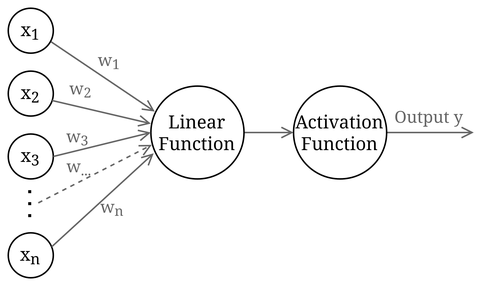
Above: docs/material/figures/Neuron.drawio.png in Webahh/embedded_signlanguage_translator (draw.io), before the change. Source tidied: cells renumbered, new cells last; positions are measured from the earlier drawing's top-left corner, leaving out a move shared by most shapes. Source of this version:
```xml
<mxGraphModel>
  <root>
    <mxCell id="0" />
    <mxCell id="1" parent="0" />
    <mxCell id="2" style="edgeStyle=orthogonalEdgeStyle;rounded=0;jettySize=auto;html=1;entryX=0;entryY=0.5;entryDx=0;entryDy=0;endArrow=open;endFill=0;strokeColor=#666666;" parent="1" edge="1" source="3" target="21">
      <mxGeometry relative="1" as="geometry" />
    </mxCell>
    <mxCell id="3" value="&lt;div&gt;Linear&lt;/div&gt;&lt;div&gt;Function&lt;/div&gt;" style="ellipse;whiteSpace=wrap;html=1;" parent="1" vertex="1">
      <mxGeometry x="95" y="52" width="62" height="62" as="geometry" />
    </mxCell>
    <mxCell id="4" value="x&lt;sub&gt;1&lt;/sub&gt;" style="ellipse;whiteSpace=wrap;html=1;" parent="1" vertex="1">
      <mxGeometry width="30" height="30" as="geometry" />
    </mxCell>
    <mxCell id="5" value="x&lt;sub&gt;2&lt;/sub&gt;" style="ellipse;whiteSpace=wrap;html=1;" parent="1" vertex="1">
      <mxGeometry y="42" width="30" height="30" as="geometry" />
    </mxCell>
    <mxCell id="6" value="x&lt;sub&gt;3&lt;/sub&gt;" style="ellipse;whiteSpace=wrap;html=1;" parent="1" vertex="1">
      <mxGeometry y="84" width="30" height="30" as="geometry" />
    </mxCell>
    <mxCell id="7" value="x&lt;sub&gt;n&lt;/sub&gt;" style="ellipse;whiteSpace=wrap;html=1;" parent="1" vertex="1">
      <mxGeometry y="150" width="30" height="30" as="geometry" />
    </mxCell>
    <mxCell id="8" style="endArrow=none;dashed=1;html=1;dashPattern=1 3;strokeWidth=2;rounded=0;" parent="1" edge="1">
      <mxGeometry relative="1" as="geometry">
        <mxPoint x="14.8" y="140" as="sourcePoint" />
        <mxPoint x="14.8" y="120" as="targetPoint" />
      </mxGeometry>
    </mxCell>
    <mxCell id="9" style="endArrow=open;html=1;rounded=0;exitX=0.954;exitY=0.749;exitDx=0;exitDy=0;entryX=0.041;entryY=0.274;entryDx=0;entryDy=0;endFill=0;strokeWidth=1;fontColor=#000000;fontStyle=0;strokeColor=#666666;exitPerimeter=0;entryPerimeter=0;" parent="1" edge="1" source="4" target="3">
      <mxGeometry relative="1" as="geometry" />
    </mxCell>
    <mxCell id="10" value="w&lt;sub&gt;1&lt;/sub&gt;" style="edgeLabel;html=1;align=center;verticalAlign=middle;fontColor=#666666;labelBackgroundColor=none;" parent="9" vertex="1">
      <mxGeometry x="0.09" y="1" relative="1" as="geometry">
        <mxPoint y="-12" as="offset" />
      </mxGeometry>
    </mxCell>
    <mxCell id="11" style="endArrow=open;html=1;rounded=0;exitX=0.973;exitY=0.654;exitDx=0;exitDy=0;endFill=0;strokeWidth=1;fontColor=#000000;fontStyle=0;strokeColor=#666666;entryX=-0.001;entryY=0.404;entryDx=0;entryDy=0;entryPerimeter=0;exitPerimeter=0;" parent="1" edge="1" source="5" target="3">
      <mxGeometry relative="1" as="geometry" />
    </mxCell>
    <mxCell id="12" value="w&lt;sub&gt;2&lt;/sub&gt;" style="edgeLabel;html=1;align=center;verticalAlign=middle;fontColor=#666666;labelBackgroundColor=none;" parent="11" vertex="1">
      <mxGeometry x="-0.1" relative="1" as="geometry">
        <mxPoint x="-11" y="-15" as="offset" />
      </mxGeometry>
    </mxCell>
    <mxCell id="13" style="endArrow=open;html=1;rounded=0;exitX=1;exitY=0.5;exitDx=0;exitDy=0;endFill=0;strokeWidth=1;fontColor=#000000;fontStyle=0;strokeColor=#666666;entryX=0;entryY=0.5;entryDx=0;entryDy=0;" parent="1" edge="1" source="6" target="3">
      <mxGeometry relative="1" as="geometry" />
    </mxCell>
    <mxCell id="14" value="&lt;span style=&quot;color: rgb(102, 102, 102);&quot;&gt;w&lt;sub&gt;3&lt;/sub&gt;&lt;/span&gt;" style="edgeLabel;html=1;align=center;verticalAlign=middle;labelBackgroundColor=none;" parent="13" vertex="1">
      <mxGeometry x="-0.5" relative="1" as="geometry">
        <mxPoint y="-9" as="offset" />
      </mxGeometry>
    </mxCell>
    <mxCell id="15" style="endArrow=open;html=1;rounded=0;exitX=0.963;exitY=0.312;exitDx=0;exitDy=0;entryX=0.03;entryY=0.724;entryDx=0;entryDy=0;endFill=0;strokeWidth=1;fontColor=#000000;fontStyle=0;strokeColor=#666666;exitPerimeter=0;entryPerimeter=0;" parent="1" edge="1" source="7" target="3">
      <mxGeometry relative="1" as="geometry" />
    </mxCell>
    <mxCell id="16" value="&lt;span style=&quot;color: rgb(102, 102, 102);&quot;&gt;w&lt;sub&gt;n&lt;/sub&gt;&lt;/span&gt;" style="edgeLabel;html=1;align=center;verticalAlign=middle;labelBackgroundColor=none;" parent="15" vertex="1">
      <mxGeometry x="-0.44" y="1" relative="1" as="geometry">
        <mxPoint x="21" y="-8" as="offset" />
      </mxGeometry>
    </mxCell>
    <mxCell id="17" style="endArrow=open;html=1;rounded=0;entryX=0.009;entryY=0.633;entryDx=0;entryDy=0;endFill=0;strokeWidth=1;fontColor=#000000;fontStyle=0;strokeColor=#666666;entryPerimeter=0;dashed=1;" parent="1" edge="1" target="3">
      <mxGeometry relative="1" as="geometry">
        <mxPoint x="20" y="130" as="sourcePoint" />
      </mxGeometry>
    </mxCell>
    <mxCell id="18" value="&lt;span style=&quot;color: rgb(102, 102, 102);&quot;&gt;w&lt;sub&gt;...&lt;/sub&gt;&lt;/span&gt;" style="edgeLabel;html=1;align=center;verticalAlign=middle;labelBackgroundColor=none;" parent="17" vertex="1">
      <mxGeometry x="-0.29" y="-1" relative="1" as="geometry">
        <mxPoint y="-11" as="offset" />
      </mxGeometry>
    </mxCell>
    <mxCell id="19" style="edgeStyle=orthogonalEdgeStyle;rounded=0;jettySize=auto;html=1;endArrow=open;endFill=0;strokeColor=#666666;" parent="1" edge="1" source="21">
      <mxGeometry relative="1" as="geometry">
        <mxPoint x="310" y="83" as="targetPoint" />
      </mxGeometry>
    </mxCell>
    <mxCell id="20" value="Output y" style="edgeLabel;html=1;align=center;verticalAlign=middle;fontColor=#666666;" parent="19" vertex="1">
      <mxGeometry x="-0.29" y="-1" relative="1" as="geometry">
        <mxPoint x="7" y="-12" as="offset" />
      </mxGeometry>
    </mxCell>
    <mxCell id="21" value="&lt;div&gt;Activation&lt;/div&gt;&lt;div&gt;Function&lt;/div&gt;" style="ellipse;whiteSpace=wrap;html=1;" parent="1" vertex="1">
      <mxGeometry x="190" y="52" width="62" height="62" as="geometry" />
    </mxCell>
  </root>
</mxGraphModel>
```
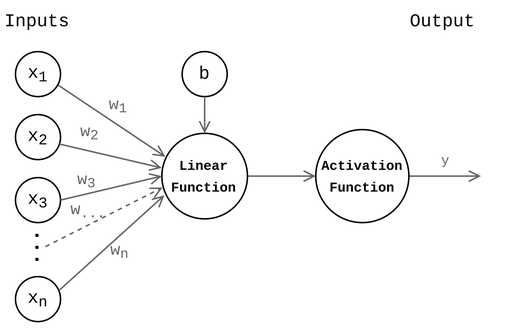
After the commit.

The edit, as a diff of the source:
```diff
@@ -2,84 +2,96 @@
   <root>
     <mxCell id="0" />
     <mxCell id="1" parent="0" />
-    <mxCell id="2" style="edgeStyle=orthogonalEdgeStyle;rounded=0;jettySize=auto;html=1;entryX=0;entryY=0.5;entryDx=0;entryDy=0;endArrow=open;endFill=0;strokeColor=#666666;" parent="1" edge="1" source="3" target="21">
+    <mxCell id="2" style="edgeStyle=orthogonalEdgeStyle;rounded=0;jettySize=auto;html=1;entryX=0;entryY=0.5;entryDx=0;entryDy=0;endArrow=open;endFill=0;strokeColor=#666666;fontFamily=Courier New;" parent="1" edge="1" source="3" target="21">
       <mxGeometry relative="1" as="geometry" />
     </mxCell>
-    <mxCell id="3" value="&lt;div&gt;Linear&lt;/div&gt;&lt;div&gt;Function&lt;/div&gt;" style="ellipse;whiteSpace=wrap;html=1;" parent="1" vertex="1">
-      <mxGeometry x="95" y="52" width="62" height="62" as="geometry" />
+    <mxCell id="3" value="&lt;div&gt;&lt;b&gt;&lt;font style=&quot;font-size: 9px;&quot;&gt;Linear&lt;/font&gt;&lt;/b&gt;&lt;/div&gt;&lt;div&gt;&lt;b&gt;&lt;font style=&quot;font-size: 9px;&quot;&gt;Function&lt;/font&gt;&lt;/b&gt;&lt;/div&gt;" style="ellipse;whiteSpace=wrap;html=1;fontFamily=Courier New;" parent="1" vertex="1">
+      <mxGeometry x="97.5" y="54.5" width="57" height="57" as="geometry" />
     </mxCell>
-    <mxCell id="4" value="x&lt;sub&gt;1&lt;/sub&gt;" style="ellipse;whiteSpace=wrap;html=1;" parent="1" vertex="1">
+    <mxCell id="4" value="x&lt;sub&gt;1&lt;/sub&gt;" style="ellipse;whiteSpace=wrap;html=1;fontFamily=Courier New;" parent="1" vertex="1">
       <mxGeometry width="30" height="30" as="geometry" />
     </mxCell>
-    <mxCell id="5" value="x&lt;sub&gt;2&lt;/sub&gt;" style="ellipse;whiteSpace=wrap;html=1;" parent="1" vertex="1">
+    <mxCell id="5" value="x&lt;sub&gt;2&lt;/sub&gt;" style="ellipse;whiteSpace=wrap;html=1;fontFamily=Courier New;" parent="1" vertex="1">
       <mxGeometry y="42" width="30" height="30" as="geometry" />
     </mxCell>
-    <mxCell id="6" value="x&lt;sub&gt;3&lt;/sub&gt;" style="ellipse;whiteSpace=wrap;html=1;" parent="1" vertex="1">
+    <mxCell id="6" value="x&lt;sub&gt;3&lt;/sub&gt;" style="ellipse;whiteSpace=wrap;html=1;fontFamily=Courier New;" parent="1" vertex="1">
       <mxGeometry y="84" width="30" height="30" as="geometry" />
     </mxCell>
-    <mxCell id="7" value="x&lt;sub&gt;n&lt;/sub&gt;" style="ellipse;whiteSpace=wrap;html=1;" parent="1" vertex="1">
+    <mxCell id="7" value="x&lt;sub&gt;n&lt;/sub&gt;" style="ellipse;whiteSpace=wrap;html=1;fontFamily=Courier New;" parent="1" vertex="1">
       <mxGeometry y="150" width="30" height="30" as="geometry" />
     </mxCell>
-    <mxCell id="8" style="endArrow=none;dashed=1;html=1;dashPattern=1 3;strokeWidth=2;rounded=0;" parent="1" edge="1">
+    <mxCell id="8" style="endArrow=none;dashed=1;html=1;dashPattern=1 3;strokeWidth=2;rounded=0;fontFamily=Courier New;" parent="1" edge="1">
       <mxGeometry relative="1" as="geometry">
         <mxPoint x="14.8" y="140" as="sourcePoint" />
         <mxPoint x="14.8" y="120" as="targetPoint" />
       </mxGeometry>
     </mxCell>
-    <mxCell id="9" style="endArrow=open;html=1;rounded=0;exitX=0.954;exitY=0.749;exitDx=0;exitDy=0;entryX=0.041;entryY=0.274;entryDx=0;entryDy=0;endFill=0;strokeWidth=1;fontColor=#000000;fontStyle=0;strokeColor=#666666;exitPerimeter=0;entryPerimeter=0;" parent="1" edge="1" source="4" target="3">
+    <mxCell id="9" style="endArrow=open;html=1;rounded=0;exitX=0.954;exitY=0.749;exitDx=0;exitDy=0;entryX=0.041;entryY=0.274;entryDx=0;entryDy=0;endFill=0;strokeWidth=1;fontColor=#000000;fontStyle=0;strokeColor=#666666;exitPerimeter=0;entryPerimeter=0;fontFamily=Courier New;" parent="1" edge="1" source="4" target="3">
       <mxGeometry relative="1" as="geometry" />
     </mxCell>
-    <mxCell id="10" value="w&lt;sub&gt;1&lt;/sub&gt;" style="edgeLabel;html=1;align=center;verticalAlign=middle;fontColor=#666666;labelBackgroundColor=none;" parent="9" vertex="1">
+    <mxCell id="10" value="w&lt;sub&gt;1&lt;/sub&gt;" style="edgeLabel;html=1;align=center;verticalAlign=middle;fontColor=#666666;labelBackgroundColor=none;fontFamily=Courier New;" parent="9" vertex="1">
       <mxGeometry x="0.09" y="1" relative="1" as="geometry">
         <mxPoint y="-12" as="offset" />
       </mxGeometry>
     </mxCell>
-    <mxCell id="11" style="endArrow=open;html=1;rounded=0;exitX=0.973;exitY=0.654;exitDx=0;exitDy=0;endFill=0;strokeWidth=1;fontColor=#000000;fontStyle=0;strokeColor=#666666;entryX=-0.001;entryY=0.404;entryDx=0;entryDy=0;entryPerimeter=0;exitPerimeter=0;" parent="1" edge="1" source="5" target="3">
+    <mxCell id="11" style="endArrow=open;html=1;rounded=0;exitX=0.973;exitY=0.654;exitDx=0;exitDy=0;endFill=0;strokeWidth=1;fontColor=#000000;fontStyle=0;strokeColor=#666666;entryX=-0.001;entryY=0.404;entryDx=0;entryDy=0;entryPerimeter=0;exitPerimeter=0;fontFamily=Courier New;" parent="1" edge="1" source="5" target="3">
       <mxGeometry relative="1" as="geometry" />
     </mxCell>
-    <mxCell id="12" value="w&lt;sub&gt;2&lt;/sub&gt;" style="edgeLabel;html=1;align=center;verticalAlign=middle;fontColor=#666666;labelBackgroundColor=none;" parent="11" vertex="1">
+    <mxCell id="12" value="w&lt;sub&gt;2&lt;/sub&gt;" style="edgeLabel;html=1;align=center;verticalAlign=middle;fontColor=#666666;labelBackgroundColor=none;fontFamily=Courier New;" parent="11" vertex="1">
       <mxGeometry x="-0.1" relative="1" as="geometry">
         <mxPoint x="-11" y="-15" as="offset" />
       </mxGeometry>
     </mxCell>
-    <mxCell id="13" style="endArrow=open;html=1;rounded=0;exitX=1;exitY=0.5;exitDx=0;exitDy=0;endFill=0;strokeWidth=1;fontColor=#000000;fontStyle=0;strokeColor=#666666;entryX=0;entryY=0.5;entryDx=0;entryDy=0;" parent="1" edge="1" source="6" target="3">
+    <mxCell id="13" style="endArrow=open;html=1;rounded=0;exitX=1;exitY=0.5;exitDx=0;exitDy=0;endFill=0;strokeWidth=1;fontColor=#000000;fontStyle=0;strokeColor=#666666;entryX=0;entryY=0.5;entryDx=0;entryDy=0;fontFamily=Courier New;" parent="1" edge="1" source="6" target="3">
       <mxGeometry relative="1" as="geometry" />
     </mxCell>
-    <mxCell id="14" value="&lt;span style=&quot;color: rgb(102, 102, 102);&quot;&gt;w&lt;sub&gt;3&lt;/sub&gt;&lt;/span&gt;" style="edgeLabel;html=1;align=center;verticalAlign=middle;labelBackgroundColor=none;" parent="13" vertex="1">
+    <mxCell id="14" value="&lt;span style=&quot;color: rgb(102, 102, 102);&quot;&gt;w&lt;sub&gt;3&lt;/sub&gt;&lt;/span&gt;" style="edgeLabel;html=1;align=center;verticalAlign=middle;labelBackgroundColor=none;fontFamily=Courier New;" parent="13" vertex="1">
       <mxGeometry x="-0.5" relative="1" as="geometry">
         <mxPoint y="-9" as="offset" />
       </mxGeometry>
     </mxCell>
-    <mxCell id="15" style="endArrow=open;html=1;rounded=0;exitX=0.963;exitY=0.312;exitDx=0;exitDy=0;entryX=0.03;entryY=0.724;entryDx=0;entryDy=0;endFill=0;strokeWidth=1;fontColor=#000000;fontStyle=0;strokeColor=#666666;exitPerimeter=0;entryPerimeter=0;" parent="1" edge="1" source="7" target="3">
+    <mxCell id="15" style="endArrow=open;html=1;rounded=0;exitX=0.963;exitY=0.312;exitDx=0;exitDy=0;entryX=0.03;entryY=0.724;entryDx=0;entryDy=0;endFill=0;strokeWidth=1;fontColor=#000000;fontStyle=0;strokeColor=#666666;exitPerimeter=0;entryPerimeter=0;fontFamily=Courier New;" parent="1" edge="1" source="7" target="3">
       <mxGeometry relative="1" as="geometry" />
     </mxCell>
-    <mxCell id="16" value="&lt;span style=&quot;color: rgb(102, 102, 102);&quot;&gt;w&lt;sub&gt;n&lt;/sub&gt;&lt;/span&gt;" style="edgeLabel;html=1;align=center;verticalAlign=middle;labelBackgroundColor=none;" parent="15" vertex="1">
+    <mxCell id="16" value="&lt;span style=&quot;color: rgb(102, 102, 102);&quot;&gt;w&lt;sub&gt;n&lt;/sub&gt;&lt;/span&gt;" style="edgeLabel;html=1;align=center;verticalAlign=middle;labelBackgroundColor=none;fontFamily=Courier New;" parent="15" vertex="1">
       <mxGeometry x="-0.44" y="1" relative="1" as="geometry">
         <mxPoint x="21" y="-8" as="offset" />
       </mxGeometry>
     </mxCell>
-    <mxCell id="17" style="endArrow=open;html=1;rounded=0;entryX=0.009;entryY=0.633;entryDx=0;entryDy=0;endFill=0;strokeWidth=1;fontColor=#000000;fontStyle=0;strokeColor=#666666;entryPerimeter=0;dashed=1;" parent="1" edge="1" target="3">
+    <mxCell id="17" style="endArrow=open;html=1;rounded=0;entryX=0.009;entryY=0.633;entryDx=0;entryDy=0;endFill=0;strokeWidth=1;fontColor=#000000;fontStyle=0;strokeColor=#666666;entryPerimeter=0;dashed=1;fontFamily=Courier New;" parent="1" edge="1" target="3">
       <mxGeometry relative="1" as="geometry">
         <mxPoint x="20" y="130" as="sourcePoint" />
       </mxGeometry>
     </mxCell>
-    <mxCell id="18" value="&lt;span style=&quot;color: rgb(102, 102, 102);&quot;&gt;w&lt;sub&gt;...&lt;/sub&gt;&lt;/span&gt;" style="edgeLabel;html=1;align=center;verticalAlign=middle;labelBackgroundColor=none;" parent="17" vertex="1">
+    <mxCell id="18" value="&lt;span style=&quot;color: rgb(102, 102, 102);&quot;&gt;w&lt;sub&gt;...&lt;/sub&gt;&lt;/span&gt;" style="edgeLabel;html=1;align=center;verticalAlign=middle;labelBackgroundColor=none;fontFamily=Courier New;" parent="17" vertex="1">
       <mxGeometry x="-0.29" y="-1" relative="1" as="geometry">
         <mxPoint y="-11" as="offset" />
       </mxGeometry>
     </mxCell>
-    <mxCell id="19" style="edgeStyle=orthogonalEdgeStyle;rounded=0;jettySize=auto;html=1;endArrow=open;endFill=0;strokeColor=#666666;" parent="1" edge="1" source="21">
+    <mxCell id="19" style="edgeStyle=orthogonalEdgeStyle;rounded=0;jettySize=auto;html=1;endArrow=open;endFill=0;strokeColor=#666666;fontFamily=Courier New;" parent="1" edge="1" source="21">
       <mxGeometry relative="1" as="geometry">
         <mxPoint x="310" y="83" as="targetPoint" />
       </mxGeometry>
     </mxCell>
-    <mxCell id="20" value="Output y" style="edgeLabel;html=1;align=center;verticalAlign=middle;fontColor=#666666;" parent="19" vertex="1">
+    <mxCell id="20" value="&lt;font style=&quot;font-size: 9px;&quot;&gt;y&lt;/font&gt;" style="edgeLabel;html=1;align=center;verticalAlign=middle;fontColor=#666666;fontFamily=Courier New;" parent="19" vertex="1">
       <mxGeometry x="-0.29" y="-1" relative="1" as="geometry">
         <mxPoint x="7" y="-12" as="offset" />
       </mxGeometry>
     </mxCell>
-    <mxCell id="21" value="&lt;div&gt;Activation&lt;/div&gt;&lt;div&gt;Function&lt;/div&gt;" style="ellipse;whiteSpace=wrap;html=1;" parent="1" vertex="1">
-      <mxGeometry x="190" y="52" width="62" height="62" as="geometry" />
+    <mxCell id="21" value="&lt;div&gt;&lt;font style=&quot;font-size: 9px;&quot;&gt;&lt;b&gt;&lt;font&gt;Activation&lt;/font&gt;&lt;/b&gt;&lt;/font&gt;&lt;/div&gt;&lt;div&gt;&lt;font style=&quot;font-size: 9px;&quot;&gt;&lt;b&gt;&lt;font&gt;Function&lt;/font&gt;&lt;/b&gt;&lt;/font&gt;&lt;/div&gt;" style="ellipse;whiteSpace=wrap;html=1;fontFamily=Courier New;" parent="1" vertex="1">
+      <mxGeometry x="200" y="52" width="62" height="62" as="geometry" />
     </mxCell>
+    <mxCell id="22" value="b" style="ellipse;whiteSpace=wrap;html=1;fontFamily=Courier New;" parent="1" vertex="1">
+      <mxGeometry x="111" width="30" height="30" as="geometry" />
+    </mxCell>
+    <mxCell id="23" style="endArrow=open;html=1;rounded=0;exitX=0.5;exitY=1;exitDx=0;exitDy=0;endFill=0;strokeWidth=1;fontColor=#000000;fontStyle=0;strokeColor=#666666;entryX=0.5;entryY=0;entryDx=0;entryDy=0;fontFamily=Courier New;" parent="1" edge="1" source="22" target="3">
+      <mxGeometry relative="1" as="geometry" />
+    </mxCell>
+    <mxCell id="24" value="Inputs" style="text;html=1;whiteSpace=wrap;strokeColor=none;fillColor=none;align=center;verticalAlign=middle;rounded=0;fontFamily=Courier New;" parent="1" vertex="1">
+      <mxGeometry x="-7.5" y="-30" width="45" height="20" as="geometry" />
+    </mxCell>
+    <mxCell id="25" value="Output" style="text;html=1;whiteSpace=wrap;strokeColor=none;fillColor=none;align=center;verticalAlign=middle;rounded=0;fontFamily=Courier New;" parent="1" vertex="1">
+      <mxGeometry x="262" y="-30" width="45" height="20" as="geometry" />
+    </mxCell>
   </root>
 </mxGraphModel>
```
